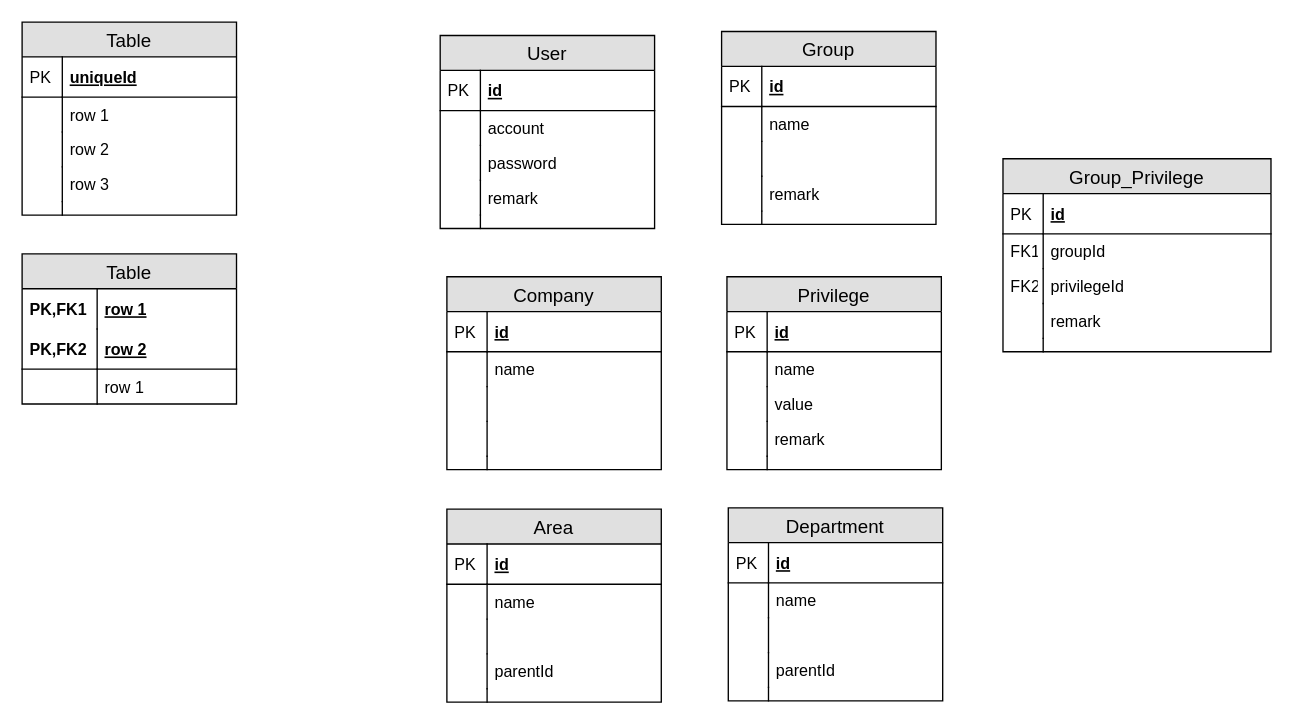
Before: page "第 2 页" (2 of 2) of CDRS/DB-design.drawio in waterwatermelon/graph, a draw.io diagram. Source tidied: cells renumbered, new cells numbered last; positions are measured from the earlier drawing's top-left corner, leaving out a move shared by most shapes. Both pictures are drawn from the tidied source at 134%, with x=0, y=0 at pixel (21, 21).
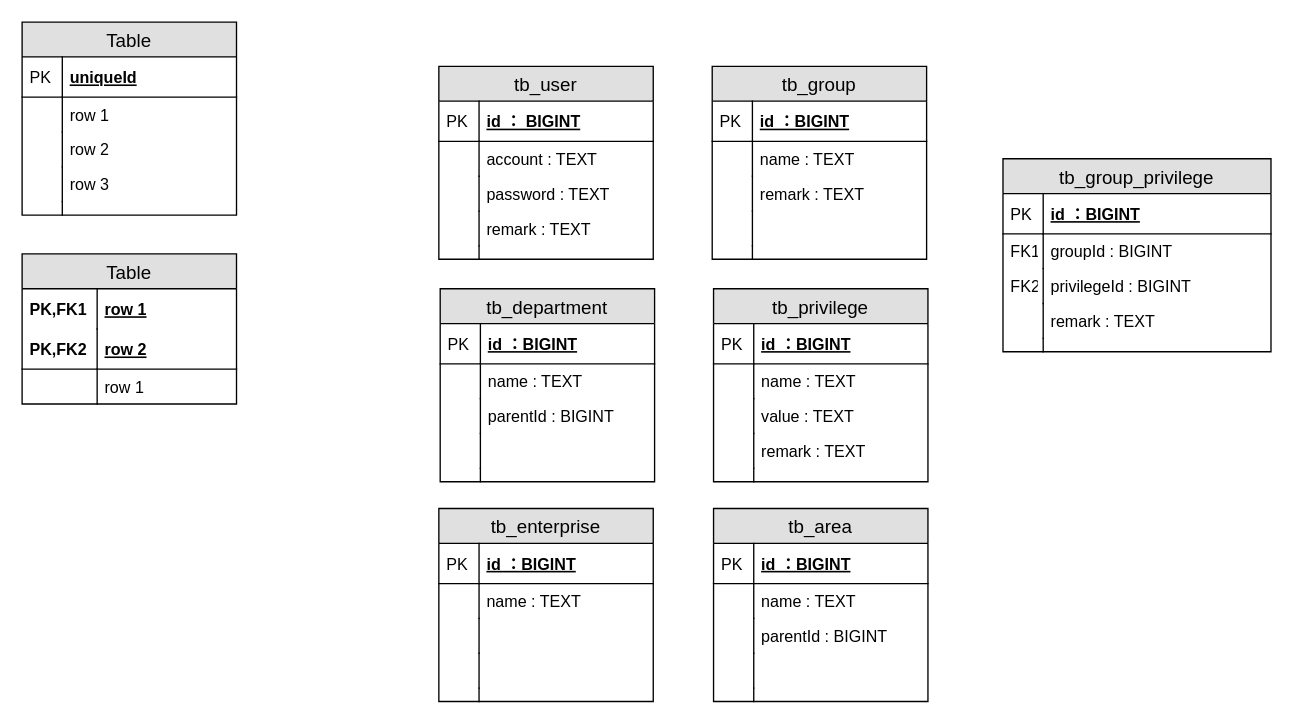
The same page after the edit.

What changed in the source:
```diff
@@
-    <mxCell id="20" value="User" style="swimlane;fontStyle=0;horizontal=1;startSize=26;fillColor=#e0e0e0;swimlaneFillColor=#ffffff;align=center;fontSize=14;" parent="1" vertex="1">
-      <mxGeometry x="312" y="10" width="160" height="144" as="geometry" />
+    <mxCell id="20" value="tb_user" style="swimlane;fontStyle=0;horizontal=1;startSize=26;fillColor=#e0e0e0;swimlaneFillColor=#ffffff;align=center;fontSize=14;" parent="1" vertex="1">
+      <mxGeometry x="311" y="33" width="160" height="144" as="geometry" />
     </mxCell>
-    <mxCell id="21" value="id" style="shape=partialRectangle;top=0;left=0;right=0;bottom=1;align=left;verticalAlign=middle;fillColor=none;spacingLeft=34;spacingRight=4;overflow=hidden;fontStyle=5;fontSize=12;" parent="20" vertex="1">
+    <mxCell id="21" value="id ： BIGINT" style="shape=partialRectangle;top=0;left=0;right=0;bottom=1;align=left;verticalAlign=middle;fillColor=none;spacingLeft=34;spacingRight=4;overflow=hidden;fontStyle=5;fontSize=12;" parent="20" vertex="1">
       <mxGeometry y="26" width="160" height="30" as="geometry" />
     </mxCell>
@@
-    <mxCell id="23" value="account" style="shape=partialRectangle;top=0;left=0;right=0;bottom=0;align=left;verticalAlign=top;fillColor=none;spacingLeft=34;spacingRight=4;overflow=hidden;fontSize=12;" parent="20" vertex="1">
+    <mxCell id="23" value="account : TEXT" style="shape=partialRectangle;top=0;left=0;right=0;bottom=0;align=left;verticalAlign=top;fillColor=none;spacingLeft=34;spacingRight=4;overflow=hidden;fontSize=12;" parent="20" vertex="1">
       <mxGeometry y="56" width="160" height="26" as="geometry" />
     </mxCell>
@@
-    <mxCell id="25" value="password" style="shape=partialRectangle;top=0;left=0;right=0;bottom=0;align=left;verticalAlign=top;fillColor=none;spacingLeft=34;spacingRight=4;overflow=hidden;fontSize=12;" parent="20" vertex="1">
+    <mxCell id="25" value="password : TEXT" style="shape=partialRectangle;top=0;left=0;right=0;bottom=0;align=left;verticalAlign=top;fillColor=none;spacingLeft=34;spacingRight=4;overflow=hidden;fontSize=12;" parent="20" vertex="1">
       <mxGeometry y="82" width="160" height="26" as="geometry" />
     </mxCell>
@@
-    <mxCell id="27" value="remark" style="shape=partialRectangle;top=0;left=0;right=0;bottom=0;align=left;verticalAlign=top;fillColor=none;spacingLeft=34;spacingRight=4;overflow=hidden;fontSize=12;" parent="20" vertex="1">
+    <mxCell id="27" value="remark : TEXT" style="shape=partialRectangle;top=0;left=0;right=0;bottom=0;align=left;verticalAlign=top;fillColor=none;spacingLeft=34;spacingRight=4;overflow=hidden;fontSize=12;" parent="20" vertex="1">
       <mxGeometry y="108" width="160" height="26" as="geometry" />
     </mxCell>
@@
-    <mxCell id="31" value="Group" style="swimlane;fontStyle=0;horizontal=1;startSize=26;fillColor=#e0e0e0;swimlaneFillColor=#ffffff;align=center;fontSize=14;" parent="1" vertex="1">
-      <mxGeometry x="522" y="7" width="160" height="144" as="geometry" />
+    <mxCell id="31" value="tb_group" style="swimlane;fontStyle=0;horizontal=1;startSize=26;fillColor=#e0e0e0;swimlaneFillColor=#ffffff;align=center;fontSize=14;" parent="1" vertex="1">
+      <mxGeometry x="515" y="33" width="160" height="144" as="geometry" />
     </mxCell>
-    <mxCell id="32" value="id" style="shape=partialRectangle;top=0;left=0;right=0;bottom=1;align=left;verticalAlign=middle;fillColor=none;spacingLeft=34;spacingRight=4;overflow=hidden;fontStyle=5;fontSize=12;" parent="31" vertex="1">
+    <mxCell id="32" value="id ：BIGINT" style="shape=partialRectangle;top=0;left=0;right=0;bottom=1;align=left;verticalAlign=middle;fillColor=none;spacingLeft=34;spacingRight=4;overflow=hidden;fontStyle=5;fontSize=12;" parent="31" vertex="1">
       <mxGeometry y="26" width="160" height="30" as="geometry" />
     </mxCell>
@@
-    <mxCell id="34" value="name" style="shape=partialRectangle;top=0;left=0;right=0;bottom=0;align=left;verticalAlign=top;fillColor=none;spacingLeft=34;spacingRight=4;overflow=hidden;fontSize=12;" parent="31" vertex="1">
+    <mxCell id="34" value="name : TEXT" style="shape=partialRectangle;top=0;left=0;right=0;bottom=0;align=left;verticalAlign=top;fillColor=none;spacingLeft=34;spacingRight=4;overflow=hidden;fontSize=12;" parent="31" vertex="1">
       <mxGeometry y="56" width="160" height="26" as="geometry" />
     </mxCell>
@@
+    <mxCell id="38" value="remark : TEXT" style="shape=partialRectangle;top=0;left=0;right=0;bottom=0;align=left;verticalAlign=top;fillColor=none;spacingLeft=34;spacingRight=4;overflow=hidden;fontSize=12;" parent="31" vertex="1">
+      <mxGeometry y="82" width="160" height="26" as="geometry" />
+    </mxCell>
+    <mxCell id="39" style="shape=partialRectangle;top=0;left=0;bottom=0;fillColor=none;align=left;verticalAlign=top;spacingLeft=4;spacingRight=4;overflow=hidden;fontSize=12;" parent="38" vertex="1">
+      <mxGeometry width="30" height="26" as="geometry" />
+    </mxCell>
     <mxCell id="36" style="shape=partialRectangle;top=0;left=0;right=0;bottom=0;align=left;verticalAlign=top;fillColor=none;spacingLeft=34;spacingRight=4;overflow=hidden;fontSize=12;" parent="31" vertex="1">
-      <mxGeometry y="82" width="160" height="26" as="geometry" />
+      <mxGeometry y="108" width="160" height="26" as="geometry" />
     </mxCell>
@@
-    <mxCell id="38" value="remark" style="shape=partialRectangle;top=0;left=0;right=0;bottom=0;align=left;verticalAlign=top;fillColor=none;spacingLeft=34;spacingRight=4;overflow=hidden;fontSize=12;" parent="31" vertex="1">
-      <mxGeometry y="108" width="160" height="26" as="geometry" />
-    </mxCell>
-    <mxCell id="39" style="shape=partialRectangle;top=0;left=0;bottom=0;fillColor=none;align=left;verticalAlign=top;spacingLeft=4;spacingRight=4;overflow=hidden;fontSize=12;" parent="38" vertex="1">
-      <mxGeometry width="30" height="26" as="geometry" />
-    </mxCell>
@@
-    <mxCell id="42" value="Privilege" style="swimlane;fontStyle=0;horizontal=1;startSize=26;fillColor=#e0e0e0;swimlaneFillColor=#ffffff;align=center;fontSize=14;" parent="1" vertex="1">
-      <mxGeometry x="526" y="190" width="160" height="144" as="geometry" />
+    <mxCell id="42" value="tb_privilege" style="swimlane;fontStyle=0;horizontal=1;startSize=26;fillColor=#e0e0e0;swimlaneFillColor=#ffffff;align=center;fontSize=14;" parent="1" vertex="1">
+      <mxGeometry x="516" y="199" width="160" height="144" as="geometry" />
     </mxCell>
-    <mxCell id="43" value="id" style="shape=partialRectangle;top=0;left=0;right=0;bottom=1;align=left;verticalAlign=middle;fillColor=none;spacingLeft=34;spacingRight=4;overflow=hidden;fontStyle=5;fontSize=12;" parent="42" vertex="1">
+    <mxCell id="43" value="id ：BIGINT" style="shape=partialRectangle;top=0;left=0;right=0;bottom=1;align=left;verticalAlign=middle;fillColor=none;spacingLeft=34;spacingRight=4;overflow=hidden;fontStyle=5;fontSize=12;" parent="42" vertex="1">
       <mxGeometry y="26" width="160" height="30" as="geometry" />
     </mxCell>
@@
-    <mxCell id="45" value="name" style="shape=partialRectangle;top=0;left=0;right=0;bottom=0;align=left;verticalAlign=top;fillColor=none;spacingLeft=34;spacingRight=4;overflow=hidden;fontSize=12;" parent="42" vertex="1">
+    <mxCell id="45" value="name : TEXT" style="shape=partialRectangle;top=0;left=0;right=0;bottom=0;align=left;verticalAlign=top;fillColor=none;spacingLeft=34;spacingRight=4;overflow=hidden;fontSize=12;" parent="42" vertex="1">
       <mxGeometry y="56" width="160" height="26" as="geometry" />
     </mxCell>
@@
-    <mxCell id="47" value="value" style="shape=partialRectangle;top=0;left=0;right=0;bottom=0;align=left;verticalAlign=top;fillColor=none;spacingLeft=34;spacingRight=4;overflow=hidden;fontSize=12;" parent="42" vertex="1">
+    <mxCell id="47" value="value : TEXT" style="shape=partialRectangle;top=0;left=0;right=0;bottom=0;align=left;verticalAlign=top;fillColor=none;spacingLeft=34;spacingRight=4;overflow=hidden;fontSize=12;" parent="42" vertex="1">
       <mxGeometry y="82" width="160" height="26" as="geometry" />
     </mxCell>
@@
-    <mxCell id="49" value="remark" style="shape=partialRectangle;top=0;left=0;right=0;bottom=0;align=left;verticalAlign=top;fillColor=none;spacingLeft=34;spacingRight=4;overflow=hidden;fontSize=12;" parent="42" vertex="1">
+    <mxCell id="49" value="remark : TEXT" style="shape=partialRectangle;top=0;left=0;right=0;bottom=0;align=left;verticalAlign=top;fillColor=none;spacingLeft=34;spacingRight=4;overflow=hidden;fontSize=12;" parent="42" vertex="1">
       <mxGeometry y="108" width="160" height="26" as="geometry" />
     </mxCell>
@@
-    <mxCell id="53" value="Department" style="swimlane;fontStyle=0;horizontal=1;startSize=26;fillColor=#e0e0e0;swimlaneFillColor=#ffffff;align=center;fontSize=14;" parent="1" vertex="1">
-      <mxGeometry x="527" y="362.5" width="160" height="144" as="geometry" />
+    <mxCell id="53" value="tb_department" style="swimlane;fontStyle=0;horizontal=1;startSize=26;fillColor=#e0e0e0;swimlaneFillColor=#ffffff;align=center;fontSize=14;" parent="1" vertex="1">
+      <mxGeometry x="312" y="199" width="160" height="144" as="geometry" />
     </mxCell>
-    <mxCell id="54" value="id" style="shape=partialRectangle;top=0;left=0;right=0;bottom=1;align=left;verticalAlign=middle;fillColor=none;spacingLeft=34;spacingRight=4;overflow=hidden;fontStyle=5;fontSize=12;" parent="53" vertex="1">
+    <mxCell id="54" value="id ：BIGINT" style="shape=partialRectangle;top=0;left=0;right=0;bottom=1;align=left;verticalAlign=middle;fillColor=none;spacingLeft=34;spacingRight=4;overflow=hidden;fontStyle=5;fontSize=12;" parent="53" vertex="1">
       <mxGeometry y="26" width="160" height="30" as="geometry" />
     </mxCell>
@@
-    <mxCell id="56" value="name" style="shape=partialRectangle;top=0;left=0;right=0;bottom=0;align=left;verticalAlign=top;fillColor=none;spacingLeft=34;spacingRight=4;overflow=hidden;fontSize=12;" parent="53" vertex="1">
+    <mxCell id="56" value="name : TEXT" style="shape=partialRectangle;top=0;left=0;right=0;bottom=0;align=left;verticalAlign=top;fillColor=none;spacingLeft=34;spacingRight=4;overflow=hidden;fontSize=12;" parent="53" vertex="1">
       <mxGeometry y="56" width="160" height="26" as="geometry" />
     </mxCell>
@@
+    <mxCell id="60" value="parentId : BIGINT" style="shape=partialRectangle;top=0;left=0;right=0;bottom=0;align=left;verticalAlign=top;fillColor=none;spacingLeft=34;spacingRight=4;overflow=hidden;fontSize=12;" parent="53" vertex="1">
+      <mxGeometry y="82" width="160" height="26" as="geometry" />
+    </mxCell>
+    <mxCell id="61" style="shape=partialRectangle;top=0;left=0;bottom=0;fillColor=none;align=left;verticalAlign=top;spacingLeft=4;spacingRight=4;overflow=hidden;fontSize=12;" parent="60" vertex="1">
+      <mxGeometry width="30" height="26" as="geometry" />
+    </mxCell>
     <mxCell id="58" style="shape=partialRectangle;top=0;left=0;right=0;bottom=0;align=left;verticalAlign=top;fillColor=none;spacingLeft=34;spacingRight=4;overflow=hidden;fontSize=12;" parent="53" vertex="1">
-      <mxGeometry y="82" width="160" height="26" as="geometry" />
+      <mxGeometry y="108" width="160" height="26" as="geometry" />
     </mxCell>
@@
-    <mxCell id="60" value="parentId" style="shape=partialRectangle;top=0;left=0;right=0;bottom=0;align=left;verticalAlign=top;fillColor=none;spacingLeft=34;spacingRight=4;overflow=hidden;fontSize=12;" parent="53" vertex="1">
-      <mxGeometry y="108" width="160" height="26" as="geometry" />
-    </mxCell>
-    <mxCell id="61" style="shape=partialRectangle;top=0;left=0;bottom=0;fillColor=none;align=left;verticalAlign=top;spacingLeft=4;spacingRight=4;overflow=hidden;fontSize=12;" parent="60" vertex="1">
-      <mxGeometry width="30" height="26" as="geometry" />
-    </mxCell>
@@
-    <mxCell id="64" value="Area" style="swimlane;fontStyle=0;horizontal=1;startSize=26;fillColor=#e0e0e0;swimlaneFillColor=#ffffff;align=center;fontSize=14;" parent="1" vertex="1">
-      <mxGeometry x="317" y="363.5" width="160" height="144" as="geometry" />
+    <mxCell id="64" value="tb_area" style="swimlane;fontStyle=0;horizontal=1;startSize=26;fillColor=#e0e0e0;swimlaneFillColor=#ffffff;align=center;fontSize=14;" parent="1" vertex="1">
+      <mxGeometry x="516" y="363" width="160" height="144" as="geometry" />
     </mxCell>
-    <mxCell id="65" value="id" style="shape=partialRectangle;top=0;left=0;right=0;bottom=1;align=left;verticalAlign=middle;fillColor=none;spacingLeft=34;spacingRight=4;overflow=hidden;fontStyle=5;fontSize=12;" parent="64" vertex="1">
+    <mxCell id="65" value="id ：BIGINT" style="shape=partialRectangle;top=0;left=0;right=0;bottom=1;align=left;verticalAlign=middle;fillColor=none;spacingLeft=34;spacingRight=4;overflow=hidden;fontStyle=5;fontSize=12;" parent="64" vertex="1">
       <mxGeometry y="26" width="160" height="30" as="geometry" />
     </mxCell>
@@
-    <mxCell id="67" value="name" style="shape=partialRectangle;top=0;left=0;right=0;bottom=0;align=left;verticalAlign=top;fillColor=none;spacingLeft=34;spacingRight=4;overflow=hidden;fontSize=12;" parent="64" vertex="1">
+    <mxCell id="67" value="name : TEXT" style="shape=partialRectangle;top=0;left=0;right=0;bottom=0;align=left;verticalAlign=top;fillColor=none;spacingLeft=34;spacingRight=4;overflow=hidden;fontSize=12;" parent="64" vertex="1">
       <mxGeometry y="56" width="160" height="26" as="geometry" />
     </mxCell>
@@
+    <mxCell id="71" value="parentId : BIGINT" style="shape=partialRectangle;top=0;left=0;right=0;bottom=0;align=left;verticalAlign=top;fillColor=none;spacingLeft=34;spacingRight=4;overflow=hidden;fontSize=12;" parent="64" vertex="1">
+      <mxGeometry y="82" width="160" height="26" as="geometry" />
+    </mxCell>
+    <mxCell id="72" style="shape=partialRectangle;top=0;left=0;bottom=0;fillColor=none;align=left;verticalAlign=top;spacingLeft=4;spacingRight=4;overflow=hidden;fontSize=12;" parent="71" vertex="1">
+      <mxGeometry width="30" height="26" as="geometry" />
+    </mxCell>
     <mxCell id="69" style="shape=partialRectangle;top=0;left=0;right=0;bottom=0;align=left;verticalAlign=top;fillColor=none;spacingLeft=34;spacingRight=4;overflow=hidden;fontSize=12;" parent="64" vertex="1">
-      <mxGeometry y="82" width="160" height="26" as="geometry" />
+      <mxGeometry y="108" width="160" height="26" as="geometry" />
     </mxCell>
@@
-    <mxCell id="71" value="parentId" style="shape=partialRectangle;top=0;left=0;right=0;bottom=0;align=left;verticalAlign=top;fillColor=none;spacingLeft=34;spacingRight=4;overflow=hidden;fontSize=12;" parent="64" vertex="1">
-      <mxGeometry y="108" width="160" height="26" as="geometry" />
-    </mxCell>
-    <mxCell id="72" style="shape=partialRectangle;top=0;left=0;bottom=0;fillColor=none;align=left;verticalAlign=top;spacingLeft=4;spacingRight=4;overflow=hidden;fontSize=12;" parent="71" vertex="1">
-      <mxGeometry width="30" height="26" as="geometry" />
-    </mxCell>
@@
-    <mxCell id="75" value="Company" style="swimlane;fontStyle=0;horizontal=1;startSize=26;fillColor=#e0e0e0;swimlaneFillColor=#ffffff;align=center;fontSize=14;" parent="1" vertex="1">
-      <mxGeometry x="317" y="190" width="160" height="144" as="geometry" />
+    <mxCell id="75" value="tb_enterprise" style="swimlane;fontStyle=0;horizontal=1;startSize=26;fillColor=#e0e0e0;swimlaneFillColor=#ffffff;align=center;fontSize=14;" parent="1" vertex="1">
+      <mxGeometry x="311" y="363" width="160" height="144" as="geometry" />
     </mxCell>
-    <mxCell id="76" value="id" style="shape=partialRectangle;top=0;left=0;right=0;bottom=1;align=left;verticalAlign=middle;fillColor=none;spacingLeft=34;spacingRight=4;overflow=hidden;fontStyle=5;fontSize=12;" parent="75" vertex="1">
+    <mxCell id="76" value="id ：BIGINT" style="shape=partialRectangle;top=0;left=0;right=0;bottom=1;align=left;verticalAlign=middle;fillColor=none;spacingLeft=34;spacingRight=4;overflow=hidden;fontStyle=5;fontSize=12;" parent="75" vertex="1">
       <mxGeometry y="26" width="160" height="30" as="geometry" />
     </mxCell>
@@
-    <mxCell id="78" value="name" style="shape=partialRectangle;top=0;left=0;right=0;bottom=0;align=left;verticalAlign=top;fillColor=none;spacingLeft=34;spacingRight=4;overflow=hidden;fontSize=12;" parent="75" vertex="1">
+    <mxCell id="78" value="name : TEXT" style="shape=partialRectangle;top=0;left=0;right=0;bottom=0;align=left;verticalAlign=top;fillColor=none;spacingLeft=34;spacingRight=4;overflow=hidden;fontSize=12;" parent="75" vertex="1">
       <mxGeometry y="56" width="160" height="26" as="geometry" />
     </mxCell>
@@
-    <mxCell id="86" value="Group_Privilege" style="swimlane;fontStyle=0;horizontal=1;startSize=26;fillColor=#e0e0e0;swimlaneFillColor=#ffffff;align=center;fontSize=14;" parent="1" vertex="1">
+    <mxCell id="86" value="tb_group_privilege" style="swimlane;fontStyle=0;horizontal=1;startSize=26;fillColor=#e0e0e0;swimlaneFillColor=#ffffff;align=center;fontSize=14;" parent="1" vertex="1">
       <mxGeometry x="732" y="102" width="200" height="144" as="geometry" />
     </mxCell>
-    <mxCell id="87" value="id" style="shape=partialRectangle;top=0;left=0;right=0;bottom=1;align=left;verticalAlign=middle;fillColor=none;spacingLeft=34;spacingRight=4;overflow=hidden;fontStyle=5;fontSize=12;" parent="86" vertex="1">
+    <mxCell id="87" value="id ：BIGINT" style="shape=partialRectangle;top=0;left=0;right=0;bottom=1;align=left;verticalAlign=middle;fillColor=none;spacingLeft=34;spacingRight=4;overflow=hidden;fontStyle=5;fontSize=12;" parent="86" vertex="1">
       <mxGeometry y="26" width="200" height="30" as="geometry" />
     </mxCell>
@@
-    <mxCell id="89" value="groupId" style="shape=partialRectangle;top=0;left=0;right=0;bottom=0;align=left;verticalAlign=top;fillColor=none;spacingLeft=34;spacingRight=4;overflow=hidden;fontSize=12;" parent="86" vertex="1">
+    <mxCell id="89" value="groupId : BIGINT" style="shape=partialRectangle;top=0;left=0;right=0;bottom=0;align=left;verticalAlign=top;fillColor=none;spacingLeft=34;spacingRight=4;overflow=hidden;fontSize=12;" parent="86" vertex="1">
       <mxGeometry y="56" width="200" height="26" as="geometry" />
     </mxCell>
@@
-    <mxCell id="91" value="privilegeId" style="shape=partialRectangle;top=0;left=0;right=0;bottom=0;align=left;verticalAlign=top;fillColor=none;spacingLeft=34;spacingRight=4;overflow=hidden;fontSize=12;" parent="86" vertex="1">
+    <mxCell id="91" value="privilegeId : BIGINT" style="shape=partialRectangle;top=0;left=0;right=0;bottom=0;align=left;verticalAlign=top;fillColor=none;spacingLeft=34;spacingRight=4;overflow=hidden;fontSize=12;" parent="86" vertex="1">
       <mxGeometry y="82" width="200" height="26" as="geometry" />
     </mxCell>
@@
-    <mxCell id="93" value="remark" style="shape=partialRectangle;top=0;left=0;right=0;bottom=0;align=left;verticalAlign=top;fillColor=none;spacingLeft=34;spacingRight=4;overflow=hidden;fontSize=12;" parent="86" vertex="1">
+    <mxCell id="93" value="remark : TEXT" style="shape=partialRectangle;top=0;left=0;right=0;bottom=0;align=left;verticalAlign=top;fillColor=none;spacingLeft=34;spacingRight=4;overflow=hidden;fontSize=12;" parent="86" vertex="1">
       <mxGeometry y="108" width="200" height="26" as="geometry" />
     </mxCell>
```
